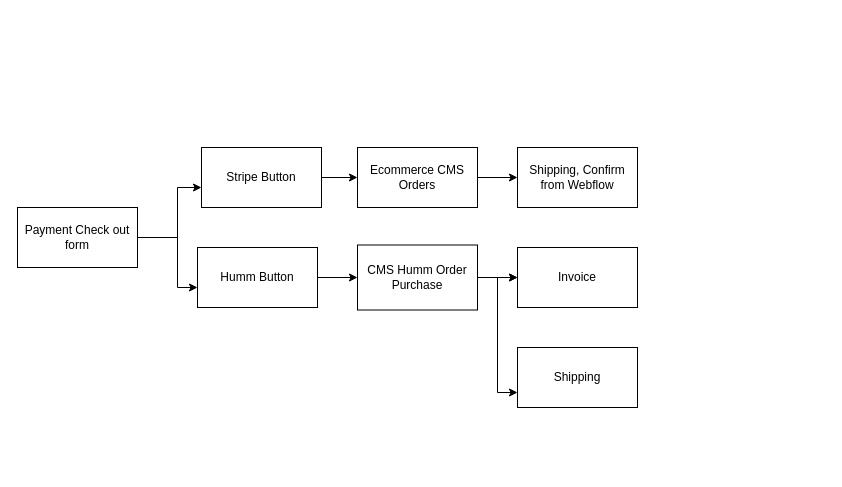
This is Untitled Diagram.drawio from Michellehlcn/webflow, a draw.io file, before an edit. Source tidied: cells renumbered, new cells numbered last; positions are measured from the earlier drawing's top-left corner, leaving out a move shared by most shapes. Both pictures are drawn from the tidied source at 100%, with x=0, y=0 at pixel (17, 147).
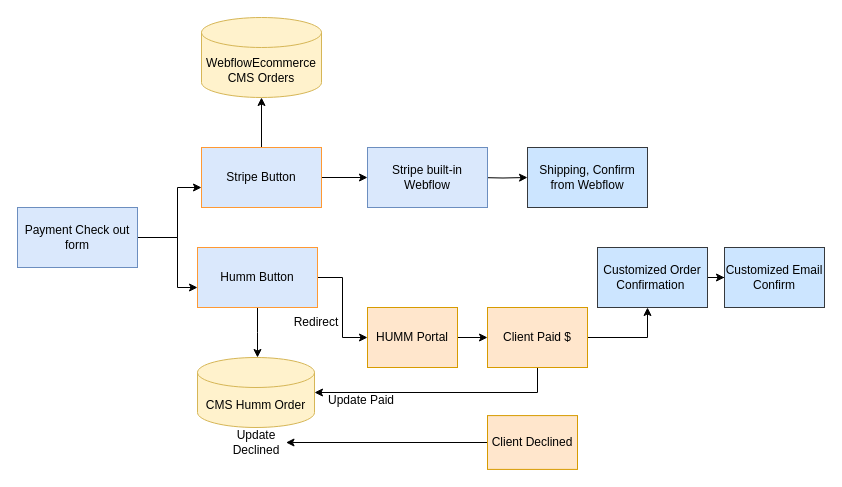
The same diagram, later.

The edit, as a diff of the source:
```diff
@@
-    <mxCell id="4" value="Payment Check out form" style="rounded=0;whiteSpace=wrap;html=1;" parent="1" vertex="1">
+    <mxCell id="4" value="Payment Check out form" style="rounded=0;whiteSpace=wrap;html=1;fillColor=#dae8fc;strokeColor=#6c8ebf;" parent="1" vertex="1">
       <mxGeometry y="60" width="120" height="60" as="geometry" />
     </mxCell>
-    <mxCell id="5" style="edgeStyle=orthogonalEdgeStyle;rounded=0;jettySize=auto;html=1;" parent="1" edge="1" source="6" target="10">
-      <mxGeometry relative="1" as="geometry" />
-    </mxCell>
+    <mxCell id="18" style="edgeStyle=orthogonalEdgeStyle;rounded=0;jettySize=auto;html=1;" parent="1" edge="1" source="6" target="29">
+      <mxGeometry relative="1" as="geometry" />
+    </mxCell>
+    <mxCell id="19" style="edgeStyle=orthogonalEdgeStyle;rounded=0;jettySize=auto;html=1;" parent="1" edge="1" source="6" target="23">
+      <mxGeometry relative="1" as="geometry" />
+    </mxCell>
-    <mxCell id="6" value="Stripe Button" style="rounded=0;whiteSpace=wrap;html=1;" parent="1" vertex="1">
+    <mxCell id="6" value="Stripe Button" style="rounded=0;whiteSpace=wrap;html=1;fillColor=#dae8fc;strokeColor=#FF9933;" parent="1" vertex="1">
       <mxGeometry x="184" width="120" height="60" as="geometry" />
     </mxCell>
@@
+    <mxCell id="20" style="edgeStyle=orthogonalEdgeStyle;rounded=0;jettySize=auto;html=1;" parent="1" edge="1" source="8">
+      <mxGeometry relative="1" as="geometry">
+        <mxPoint x="240" y="210" as="targetPoint" />
+      </mxGeometry>
+    </mxCell>
-    <mxCell id="8" value="Humm Button" style="rounded=0;whiteSpace=wrap;html=1;" parent="1" vertex="1">
+    <mxCell id="8" value="Humm Button" style="rounded=0;whiteSpace=wrap;html=1;fillColor=#dae8fc;strokeColor=#FF9933;" parent="1" vertex="1">
       <mxGeometry x="180" y="100" width="120" height="60" as="geometry" />
     </mxCell>
-    <mxCell id="9" style="edgeStyle=orthogonalEdgeStyle;rounded=0;jettySize=auto;html=1;" parent="1" edge="1" source="10" target="14">
-      <mxGeometry relative="1" as="geometry" />
+    <mxCell id="9" style="edgeStyle=orthogonalEdgeStyle;rounded=0;jettySize=auto;html=1;" parent="1" edge="1" target="14">
+      <mxGeometry relative="1" as="geometry">
+        <mxPoint x="460" y="30" as="sourcePoint" />
+      </mxGeometry>
     </mxCell>
-    <mxCell id="10" value="Ecommerce CMS Orders" style="rounded=0;whiteSpace=wrap;html=1;" parent="1" vertex="1">
-      <mxGeometry x="340" width="120" height="60" as="geometry" />
-    </mxCell>
-    <mxCell id="11" style="edgeStyle=orthogonalEdgeStyle;rounded=0;jettySize=auto;html=1;" parent="1" edge="1" source="13" target="17">
-      <mxGeometry relative="1" as="geometry" />
-    </mxCell>
-    <mxCell id="12" style="edgeStyle=orthogonalEdgeStyle;rounded=0;jettySize=auto;html=1;entryX=0;entryY=0.75;entryDx=0;entryDy=0;" parent="1" edge="1" source="13" target="15">
-      <mxGeometry relative="1" as="geometry" />
-    </mxCell>
+    <mxCell id="21" style="edgeStyle=orthogonalEdgeStyle;rounded=0;jettySize=auto;html=1;" parent="1" edge="1" source="13" target="26">
+      <mxGeometry relative="1" as="geometry" />
+    </mxCell>
-    <mxCell id="13" value="CMS Humm Order Purchase" style="rounded=0;whiteSpace=wrap;html=1;" parent="1" vertex="1">
-      <mxGeometry x="340" y="97.5" width="120" height="65" as="geometry" />
+    <mxCell id="13" value="HUMM Portal" style="rounded=0;whiteSpace=wrap;html=1;fillColor=#ffe6cc;strokeColor=#d79b00;" parent="1" vertex="1">
+      <mxGeometry x="350" y="160" width="90" height="60" as="geometry" />
     </mxCell>
-    <mxCell id="14" value="Shipping, Confirm from Webflow" style="rounded=0;whiteSpace=wrap;html=1;" parent="1" vertex="1">
-      <mxGeometry x="500" width="120" height="60" as="geometry" />
+    <mxCell id="14" value="Shipping, Confirm from Webflow" style="rounded=0;whiteSpace=wrap;html=1;fillColor=#cce5ff;strokeColor=#36393d;" parent="1" vertex="1">
+      <mxGeometry x="510" width="120" height="60" as="geometry" />
     </mxCell>
-    <mxCell id="15" value="Shipping" style="rounded=0;whiteSpace=wrap;html=1;" parent="1" vertex="1">
-      <mxGeometry x="500" y="200" width="120" height="60" as="geometry" />
-    </mxCell>
-    <mxCell id="16" style="edgeStyle=orthogonalEdgeStyle;rounded=0;jettySize=auto;html=1;" parent="1" edge="1" source="13" target="17">
-      <mxGeometry relative="1" as="geometry" />
-    </mxCell>
-    <mxCell id="17" value="Invoice" style="rounded=0;whiteSpace=wrap;html=1;" parent="1" vertex="1">
-      <mxGeometry x="500" y="100" width="120" height="60" as="geometry" />
-    </mxCell>
+    <mxCell id="22" value="CMS Humm Order" style="shape=cylinder3;whiteSpace=wrap;html=1;boundedLbl=1;backgroundOutline=1;size=15;fillColor=#fff2cc;strokeColor=#d6b656;" parent="1" vertex="1">
+      <mxGeometry x="180" y="210" width="117" height="70" as="geometry" />
+    </mxCell>
+    <mxCell id="23" value="WebflowEcommerce CMS Orders" style="shape=cylinder3;whiteSpace=wrap;html=1;boundedLbl=1;backgroundOutline=1;size=15;fillColor=#fff2cc;strokeColor=#d6b656;" parent="1" vertex="1">
+      <mxGeometry x="184" y="-130" width="120" height="80" as="geometry" />
+    </mxCell>
+    <mxCell id="24" style="edgeStyle=orthogonalEdgeStyle;rounded=0;jettySize=auto;html=1;" parent="1" edge="1" source="26" target="28">
+      <mxGeometry relative="1" as="geometry">
+        <Array as="points">
+          <mxPoint x="630" y="190" />
+        </Array>
+      </mxGeometry>
+    </mxCell>
+    <mxCell id="25" style="edgeStyle=orthogonalEdgeStyle;rounded=0;jettySize=auto;html=1;" parent="1" edge="1" source="26" target="22">
+      <mxGeometry relative="1" as="geometry">
+        <Array as="points">
+          <mxPoint x="520" y="245" />
+        </Array>
+      </mxGeometry>
+    </mxCell>
+    <mxCell id="26" value="Client Paid $" style="rounded=0;whiteSpace=wrap;html=1;fillColor=#ffe6cc;strokeColor=#d79b00;" parent="1" vertex="1">
+      <mxGeometry x="470" y="160" width="100" height="60" as="geometry" />
+    </mxCell>
+    <mxCell id="27" style="edgeStyle=orthogonalEdgeStyle;rounded=0;jettySize=auto;html=1;" parent="1" edge="1" source="28" target="30">
+      <mxGeometry relative="1" as="geometry" />
+    </mxCell>
+    <mxCell id="28" value="Customized Order Confirmation&amp;nbsp;" style="rounded=0;whiteSpace=wrap;html=1;fillColor=#cce5ff;strokeColor=#36393d;" parent="1" vertex="1">
+      <mxGeometry x="580" y="100" width="110" height="60" as="geometry" />
+    </mxCell>
+    <mxCell id="29" value="Stripe built-in Webflow" style="rounded=0;whiteSpace=wrap;html=1;fillColor=#dae8fc;strokeColor=#6c8ebf;" parent="1" vertex="1">
+      <mxGeometry x="350" width="120" height="60" as="geometry" />
+    </mxCell>
+    <mxCell id="30" value="Customized Email Confirm" style="rounded=0;whiteSpace=wrap;html=1;fillColor=#cce5ff;strokeColor=#36393d;" parent="1" vertex="1">
+      <mxGeometry x="707" y="100" width="100" height="60" as="geometry" />
+    </mxCell>
+    <mxCell id="31" style="edgeStyle=orthogonalEdgeStyle;rounded=0;jettySize=auto;html=1;" parent="1" edge="1" source="32" target="33">
+      <mxGeometry relative="1" as="geometry" />
+    </mxCell>
+    <mxCell id="32" value="Client Declined" style="rounded=0;whiteSpace=wrap;html=1;fillColor=#ffe6cc;strokeColor=#d79b00;" parent="1" vertex="1">
+      <mxGeometry x="470" y="268.1" width="90" height="53.8" as="geometry" />
+    </mxCell>
+    <mxCell id="33" value="Update Declined" style="text;html=1;align=center;verticalAlign=middle;whiteSpace=wrap;rounded=0;" parent="1" vertex="1">
+      <mxGeometry x="208.5" y="280" width="60" height="30" as="geometry" />
+    </mxCell>
+    <mxCell id="34" value="Update Paid" style="text;html=1;align=center;verticalAlign=middle;whiteSpace=wrap;rounded=0;" parent="1" vertex="1">
+      <mxGeometry x="304" y="238.1" width="80" height="30" as="geometry" />
+    </mxCell>
+    <mxCell id="35" value="Redirect" style="text;html=1;align=center;verticalAlign=middle;whiteSpace=wrap;rounded=0;" parent="1" vertex="1">
+      <mxGeometry x="268.5" y="160" width="60" height="30" as="geometry" />
+    </mxCell>
```
